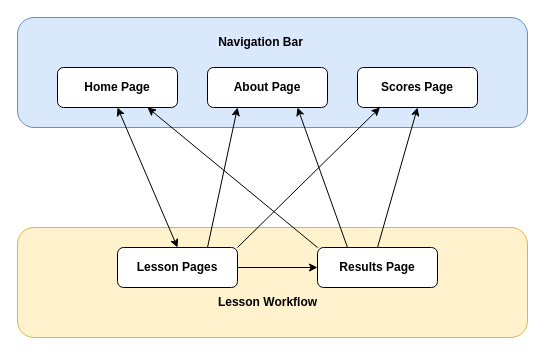
Above: doc/web_app_flowchart/web_app_flowchart.drawio in oislen/CzechTutor (draw.io), before the change. Source tidied: cells renumbered, new cells numbered last; positions are measured from the earlier drawing's top-left corner, leaving out a move shared by most shapes. Both pictures are drawn from the tidied source at 100%, with x=0, y=0 at pixel (17, 17).
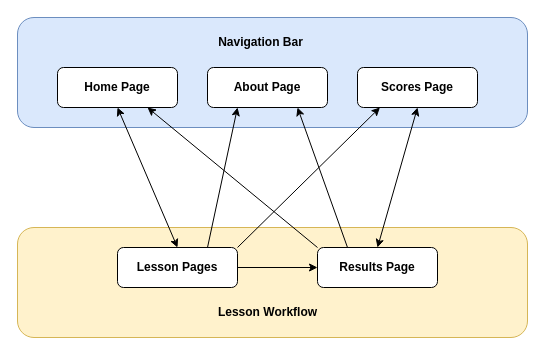
The same diagram, later.

Commit message (it also covers changes not shown here):
Updated web app flowchart with connection between scores page and lesson results pages

What changed in the source:
```diff
@@
 <mxGraphModel>
   <root>
     <mxCell id="0" />
     <mxCell id="1" parent="0" />
     <mxCell id="2" style="rounded=1;whiteSpace=wrap;html=1;fillColor=#fff2cc;strokeColor=#d6b656;" parent="1" vertex="1">
       <mxGeometry y="210" width="510" height="110" as="geometry" />
     </mxCell>
     <mxCell id="3" style="rounded=1;whiteSpace=wrap;html=1;fillColor=#dae8fc;strokeColor=#6c8ebf;" parent="1" vertex="1">
       <mxGeometry width="510" height="110" as="geometry" />
     </mxCell>
     <mxCell id="4" value="&lt;b&gt;Home Page&lt;/b&gt;" style="rounded=1;whiteSpace=wrap;html=1;fontSize=12;glass=0;strokeWidth=1;shadow=0;" parent="1" vertex="1">
       <mxGeometry x="40" y="50" width="120" height="40" as="geometry" />
     </mxCell>
     <mxCell id="5" value="&lt;b&gt;About Page&lt;/b&gt;" style="rounded=1;whiteSpace=wrap;html=1;fontSize=12;glass=0;strokeWidth=1;shadow=0;" parent="1" vertex="1">
       <mxGeometry x="190" y="50" width="120" height="40" as="geometry" />
     </mxCell>
     <mxCell id="6" value="&lt;b&gt;Scores&amp;nbsp;&lt;span style=&quot;background-color: transparent; color: light-dark(rgb(0, 0, 0), rgb(255, 255, 255));&quot;&gt;Page&lt;/span&gt;&lt;/b&gt;" style="rounded=1;whiteSpace=wrap;html=1;fontSize=12;glass=0;strokeWidth=1;shadow=0;" parent="1" vertex="1">
       <mxGeometry x="340" y="50" width="120" height="40" as="geometry" />
     </mxCell>
     <mxCell id="7" value="&lt;b&gt;Navigation Bar&lt;/b&gt;" style="text;html=1;align=center;verticalAlign=middle;whiteSpace=wrap;rounded=0;" parent="1" vertex="1">
       <mxGeometry x="196" y="10" width="95" height="30" as="geometry" />
     </mxCell>
     <mxCell id="8" value="&lt;b&gt;Results Page&lt;/b&gt;" style="rounded=1;whiteSpace=wrap;html=1;fontSize=12;glass=0;strokeWidth=1;shadow=0;" parent="1" vertex="1">
       <mxGeometry x="300" y="230" width="120" height="40" as="geometry" />
     </mxCell>
     <mxCell id="9" value="&lt;b&gt;Lesson Pages&lt;/b&gt;" style="rounded=1;whiteSpace=wrap;html=1;fontSize=12;glass=0;strokeWidth=1;shadow=0;" parent="1" vertex="1">
       <mxGeometry x="100" y="230" width="120" height="40" as="geometry" />
     </mxCell>
-    <mxCell id="10" style="endArrow=classic;html=1;rounded=0;entryX=0.5;entryY=1;entryDx=0;entryDy=0;exitX=0.5;exitY=0;exitDx=0;exitDy=0;" parent="1" edge="1" source="8" target="6">
+    <mxCell id="10" style="endArrow=classic;html=1;rounded=0;entryX=0.5;entryY=1;entryDx=0;entryDy=0;exitX=0.5;exitY=0;exitDx=0;exitDy=0;startArrow=classic;startFill=1;" parent="1" edge="1" source="8" target="6">
       <mxGeometry relative="1" as="geometry" />
     </mxCell>
     <mxCell id="11" style="endArrow=classic;html=1;rounded=0;entryX=0.75;entryY=1;entryDx=0;entryDy=0;exitX=0.25;exitY=0;exitDx=0;exitDy=0;" parent="1" edge="1" source="8" target="5">
       <mxGeometry relative="1" as="geometry" />
     </mxCell>
     <mxCell id="12" style="endArrow=classic;html=1;rounded=0;entryX=0.75;entryY=1;entryDx=0;entryDy=0;exitX=0;exitY=0;exitDx=0;exitDy=0;" parent="1" edge="1" source="8" target="4">
       <mxGeometry relative="1" as="geometry" />
     </mxCell>
     <mxCell id="13" style="endArrow=classic;html=1;rounded=0;entryX=0.187;entryY=1;entryDx=0;entryDy=0;exitX=1;exitY=0;exitDx=0;exitDy=0;entryPerimeter=0;" parent="1" edge="1" source="9" target="6">
       <mxGeometry relative="1" as="geometry" />
     </mxCell>
     <mxCell id="14" style="endArrow=classic;html=1;rounded=0;exitX=0.75;exitY=0;exitDx=0;exitDy=0;entryX=0.25;entryY=1;entryDx=0;entryDy=0;" parent="1" edge="1" source="9" target="5">
       <mxGeometry relative="1" as="geometry" />
     </mxCell>
     <mxCell id="15" style="endArrow=classic;startArrow=classic;html=1;rounded=0;exitX=0.5;exitY=1;exitDx=0;exitDy=0;entryX=0.5;entryY=0;entryDx=0;entryDy=0;" parent="1" edge="1" source="4" target="9">
       <mxGeometry relative="1" as="geometry" />
     </mxCell>
     <mxCell id="16" value="&lt;b&gt;Lesson Workflow&lt;/b&gt;" style="text;html=1;align=center;verticalAlign=middle;strokeColor=none;fillColor=none;" parent="1" vertex="1">
-      <mxGeometry x="190" y="270" width="120" height="30" as="geometry" />
+      <mxGeometry x="190" y="280" width="120" height="30" as="geometry" />
     </mxCell>
     <mxCell id="17" style="endArrow=classic;html=1;rounded=0;entryX=0;entryY=0.5;entryDx=0;entryDy=0;exitX=1;exitY=0.5;exitDx=0;exitDy=0;" parent="1" edge="1" source="9" target="8">
       <mxGeometry relative="1" as="geometry" />
     </mxCell>
   </root>
 </mxGraphModel>
```
